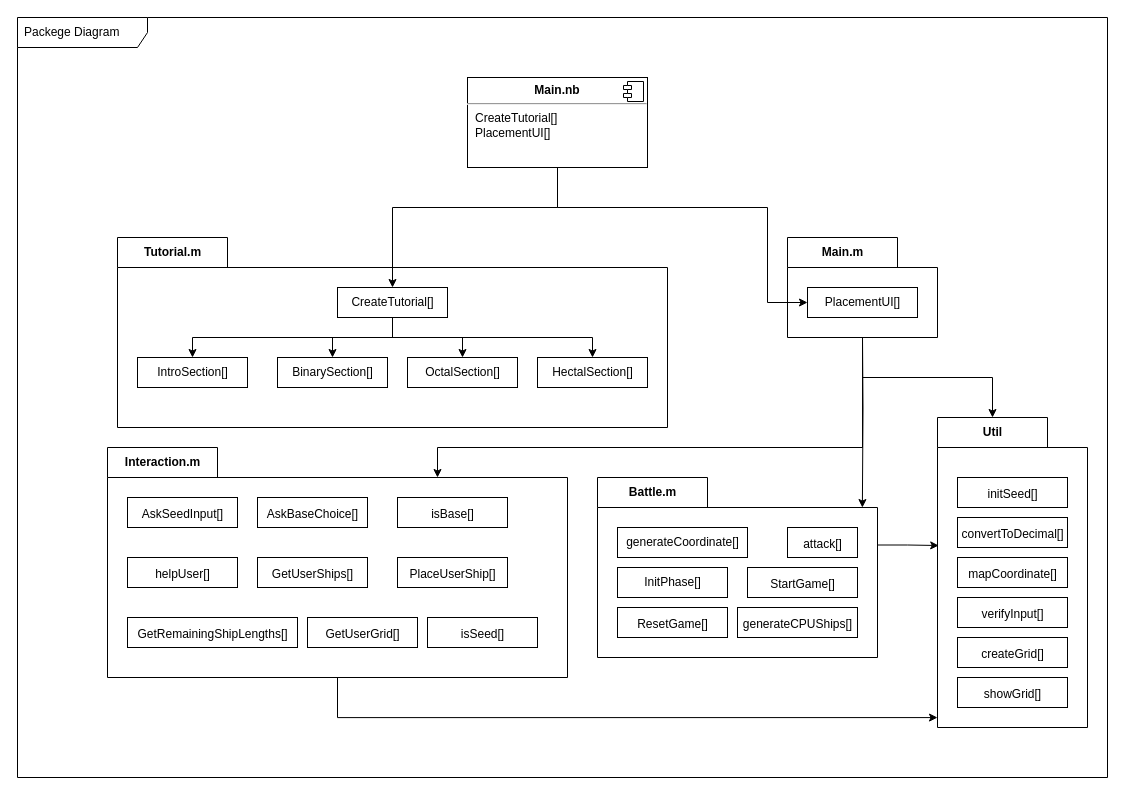
Above: Documentazione/Diagram/PackageDiagram.drawio in DanyR2001/A_colpi_di_bit (draw.io), before the change. Source tidied: cells renumbered, new cells numbered last; positions are measured from the earlier drawing's top-left corner, leaving out a move shared by most shapes. Both pictures are drawn from the tidied source at 100%, with x=0, y=0 at pixel (17, 17).
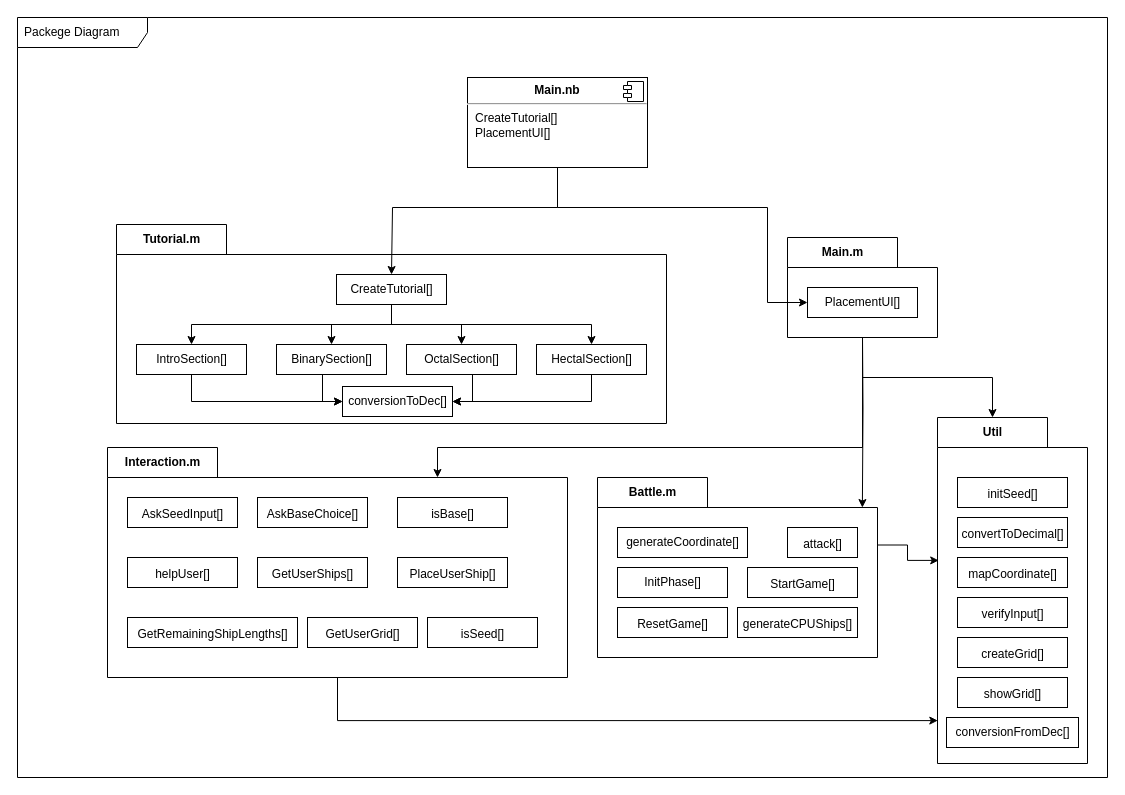
The same diagram, later.

Commit message (it also covers changes not shown here):
Rimozione emoticon main e modifica packege diagram

Unchanged cells that the change refers to:
```xml
<mxCell id="14" value="IntroSection[]" style="html=1;fontFamily=Helvetica;fontSize=12;fontColor=default;fillColor=none;" parent="8" vertex="1">
  <mxGeometry x="20" y="120" width="110" height="30" as="geometry" />
</mxCell>
<mxCell id="15" value="BinarySection[]" style="html=1;fontFamily=Helvetica;fontSize=12;fontColor=default;fillColor=none;" parent="8" vertex="1">
  <mxGeometry x="160" y="120" width="110" height="30" as="geometry" />
</mxCell>
<mxCell id="16" value="OctalSection[]" style="html=1;fontFamily=Helvetica;fontSize=12;fontColor=default;fillColor=none;" parent="8" vertex="1">
  <mxGeometry x="290" y="120" width="110" height="30" as="geometry" />
</mxCell>
<mxCell id="17" value="HectalSection[]" style="html=1;fontFamily=Helvetica;fontSize=12;fontColor=default;fillColor=none;" parent="8" vertex="1">
  <mxGeometry x="420" y="120" width="110" height="30" as="geometry" />
</mxCell>
<mxCell id="23" value="Interaction.m" style="shape=folder;fontStyle=1;tabWidth=110;tabHeight=30;tabPosition=left;html=1;boundedLbl=1;labelInHeader=1;fontFamily=Helvetica;fontSize=12;fontColor=default;fillColor=none;" parent="1" vertex="1">
  <mxGeometry x="90" y="430" width="460" height="230" as="geometry" />
</mxCell>
```

Diff of the diagram source:
```diff
@@
     <mxCell id="8" value="Tutorial.m" style="shape=folder;fontStyle=1;tabWidth=110;tabHeight=30;tabPosition=left;html=1;boundedLbl=1;labelInHeader=1;fontFamily=Helvetica;fontSize=12;fontColor=default;fillColor=none;" parent="1" vertex="1">
-      <mxGeometry x="100" y="220" width="550" height="190" as="geometry" />
+      <mxGeometry x="99" y="207" width="550" height="199" as="geometry" />
     </mxCell>
@@
+    <mxCell id="48" style="edgeStyle=orthogonalEdgeStyle;rounded=0;jettySize=auto;html=1;exitX=0.5;exitY=1;exitDx=0;exitDy=0;entryX=0;entryY=0.5;entryDx=0;entryDy=0;" parent="8" edge="1" source="14" target="51">
+      <mxGeometry relative="1" as="geometry" />
+    </mxCell>
@@
+    <mxCell id="49" style="edgeStyle=orthogonalEdgeStyle;rounded=0;jettySize=auto;html=1;entryX=1;entryY=0.5;entryDx=0;entryDy=0;" parent="8" edge="1" source="16" target="51">
+      <mxGeometry relative="1" as="geometry">
+        <Array as="points">
+          <mxPoint x="356" y="177" />
+        </Array>
+      </mxGeometry>
+    </mxCell>
@@
+    <mxCell id="50" style="edgeStyle=orthogonalEdgeStyle;rounded=0;jettySize=auto;html=1;entryX=1;entryY=0.5;entryDx=0;entryDy=0;" parent="8" edge="1" source="17" target="51">
+      <mxGeometry relative="1" as="geometry">
+        <Array as="points">
+          <mxPoint x="475" y="177" />
+        </Array>
+      </mxGeometry>
+    </mxCell>
@@
+    <mxCell id="51" value="conversionToDec[]" style="html=1;fontFamily=Helvetica;fontSize=12;fontColor=default;fillColor=none;" parent="8" vertex="1">
+      <mxGeometry x="226" y="162" width="110" height="30" as="geometry" />
+    </mxCell>
+    <mxCell id="52" style="edgeStyle=orthogonalEdgeStyle;rounded=0;jettySize=auto;html=1;entryX=0;entryY=0.5;entryDx=0;entryDy=0;" parent="8" edge="1" source="15" target="51">
+      <mxGeometry relative="1" as="geometry">
+        <Array as="points">
+          <mxPoint x="206" y="177" />
+        </Array>
+      </mxGeometry>
+    </mxCell>
@@
-    <mxCell id="22" style="edgeStyle=orthogonalEdgeStyle;rounded=0;jettySize=auto;html=1;entryX=0;entryY=0.968;entryDx=0;entryDy=0;entryPerimeter=0;fontFamily=Helvetica;fontSize=12;fontColor=default;" parent="1" edge="1" source="23" target="41">
+    <mxCell id="22" style="edgeStyle=orthogonalEdgeStyle;rounded=0;jettySize=auto;html=1;entryX=0.002;entryY=0.876;entryDx=0;entryDy=0;entryPerimeter=0;fontFamily=Helvetica;fontSize=12;fontColor=default;" parent="1" edge="1" source="23" target="41">
       <mxGeometry relative="1" as="geometry">
         <Array as="points">
-          <mxPoint x="320" y="700" />
+          <mxPoint x="320" y="703" />
         </Array>
       </mxGeometry>
     </mxCell>
@@
     <mxCell id="41" value="Util" style="shape=folder;fontStyle=1;tabWidth=110;tabHeight=30;tabPosition=left;html=1;boundedLbl=1;labelInHeader=1;fontFamily=Helvetica;fontSize=12;fontColor=default;fillColor=none;" parent="1" vertex="1">
-      <mxGeometry x="920" y="400" width="150" height="310" as="geometry" />
+      <mxGeometry x="920" y="400" width="150" height="346" as="geometry" />
     </mxCell>
@@
+    <mxCell id="53" value="conversionFromDec[]" style="html=1;fontFamily=Helvetica;fontSize=12;fontColor=default;fillColor=none;" parent="41" vertex="1">
+      <mxGeometry x="9" y="300" width="132" height="30" as="geometry" />
+    </mxCell>
```
